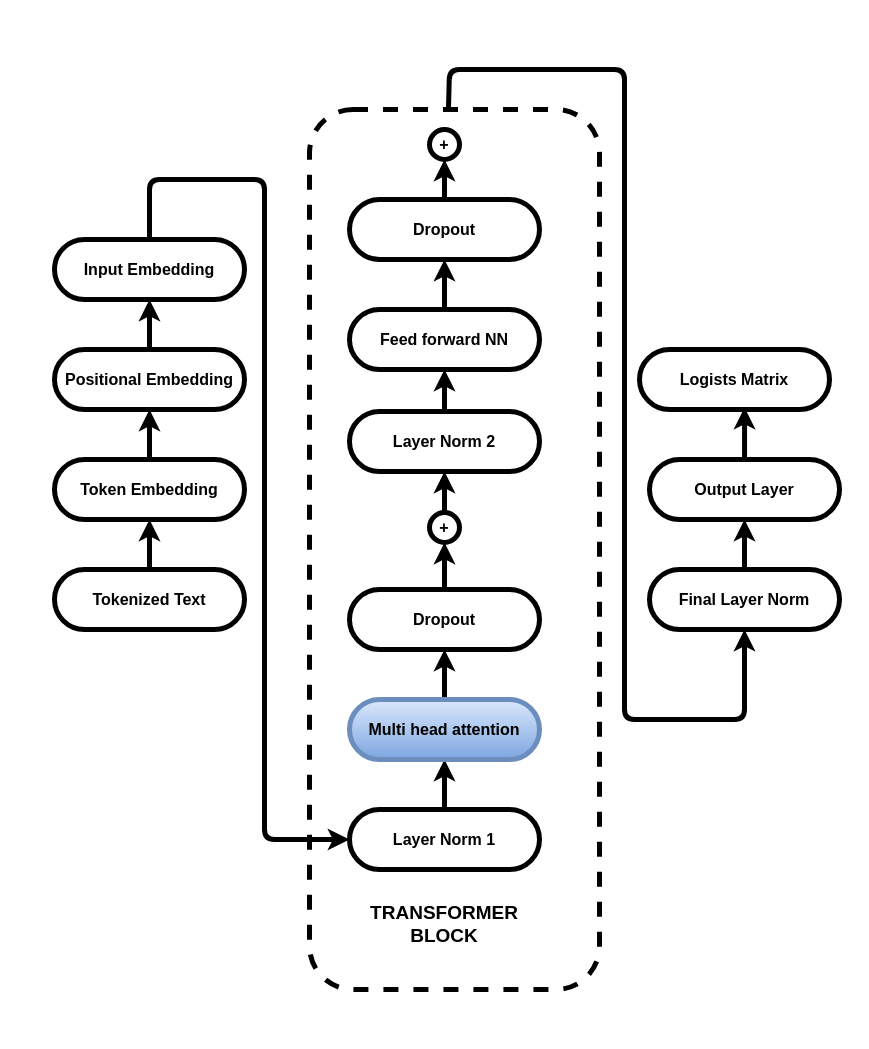
samratkar/samratkar.github.io keeps this draw.io diagram as assets/genai/attention/excalidraws/self-attention-big-pic.drawio. Above is the earlier version. Source tidied: cells renumbered, new cells numbered last; positions are measured from the earlier drawing's top-left corner, leaving out a move shared by most shapes. Both pictures are drawn from the tidied source at 100%, with x=0, y=0 at pixel (54, 69).
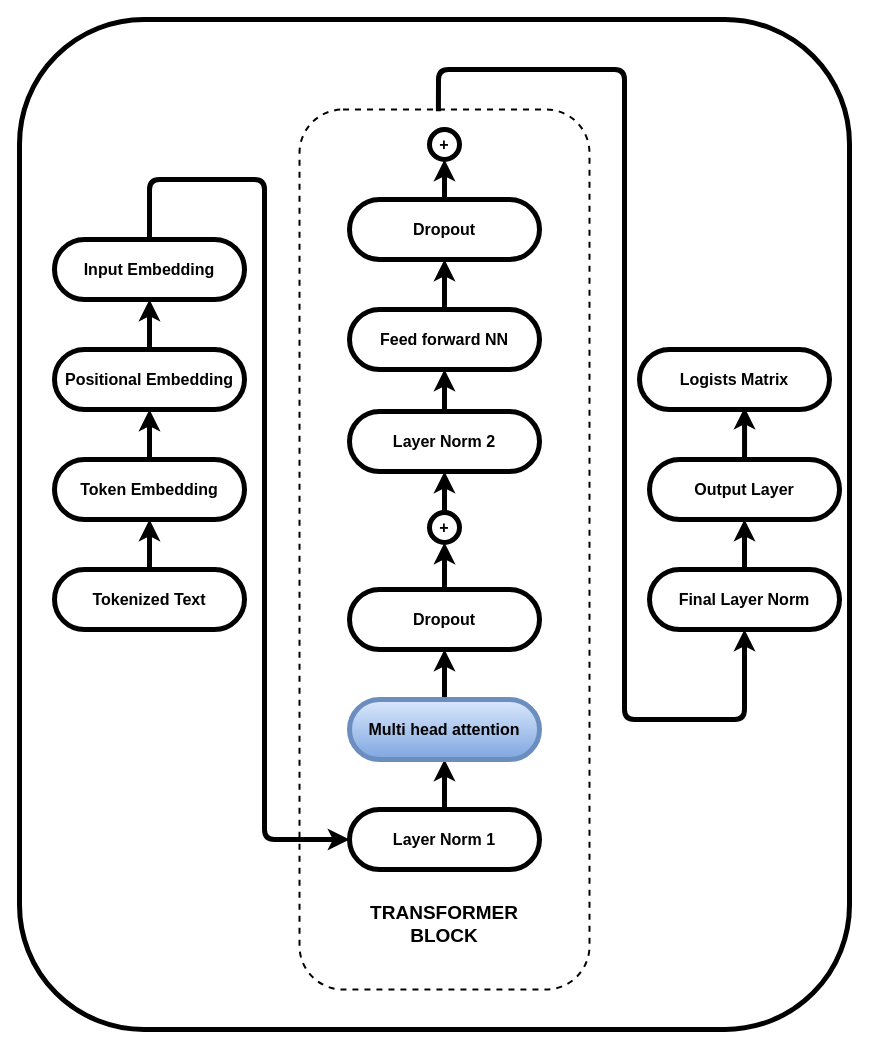
The same diagram, later.

The change refers to these unchanged cells:
```xml
<mxCell id="23" value="Final Layer Norm" style="html=1;dashed=0;whiteSpace=wrap;shape=mxgraph.dfd.start;fontSize=16;fontStyle=1;strokeWidth=5;" parent="1" vertex="1">
  <mxGeometry x="595" y="500" width="190" height="60" as="geometry" />
</mxCell>
```

What changed in the source:
```diff
@@
+    <mxCell id="33" style="rounded=1;whiteSpace=wrap;html=1;strokeWidth=5;" parent="1" vertex="1">
+      <mxGeometry x="-35" y="-50" width="830" height="1010" as="geometry" />
+    </mxCell>
-    <mxCell id="2" style="rounded=1;whiteSpace=wrap;html=1;dashed=1;fontSize=16;fontStyle=1;strokeWidth=5;" parent="1" vertex="1">
-      <mxGeometry x="255" y="40" width="290" height="880" as="geometry" />
+    <mxCell id="2" style="rounded=1;whiteSpace=wrap;html=1;dashed=1;fontSize=16;fontStyle=1;strokeWidth=2;" parent="1" vertex="1">
+      <mxGeometry x="245" y="40" width="290" height="880" as="geometry" />
     </mxCell>
@@
     <mxCell id="28" style="endArrow=classic;html=1;exitX=0.479;exitY=0.002;exitDx=0;exitDy=0;entryX=0.5;entryY=0.5;entryDx=0;entryDy=30;entryPerimeter=0;fontSize=16;fontStyle=1;strokeWidth=5;flowAnimation=1;exitPerimeter=0;" parent="1" edge="1" source="2" target="23">
       <mxGeometry relative="1" as="geometry">
         <Array as="points">
-          <mxPoint x="395" />
+          <mxPoint x="384" />
           <mxPoint x="570" />
           <mxPoint x="570" y="270" />
           <mxPoint x="570" y="650" />
           <mxPoint x="690" y="650" />
         </Array>
       </mxGeometry>
     </mxCell>
```
